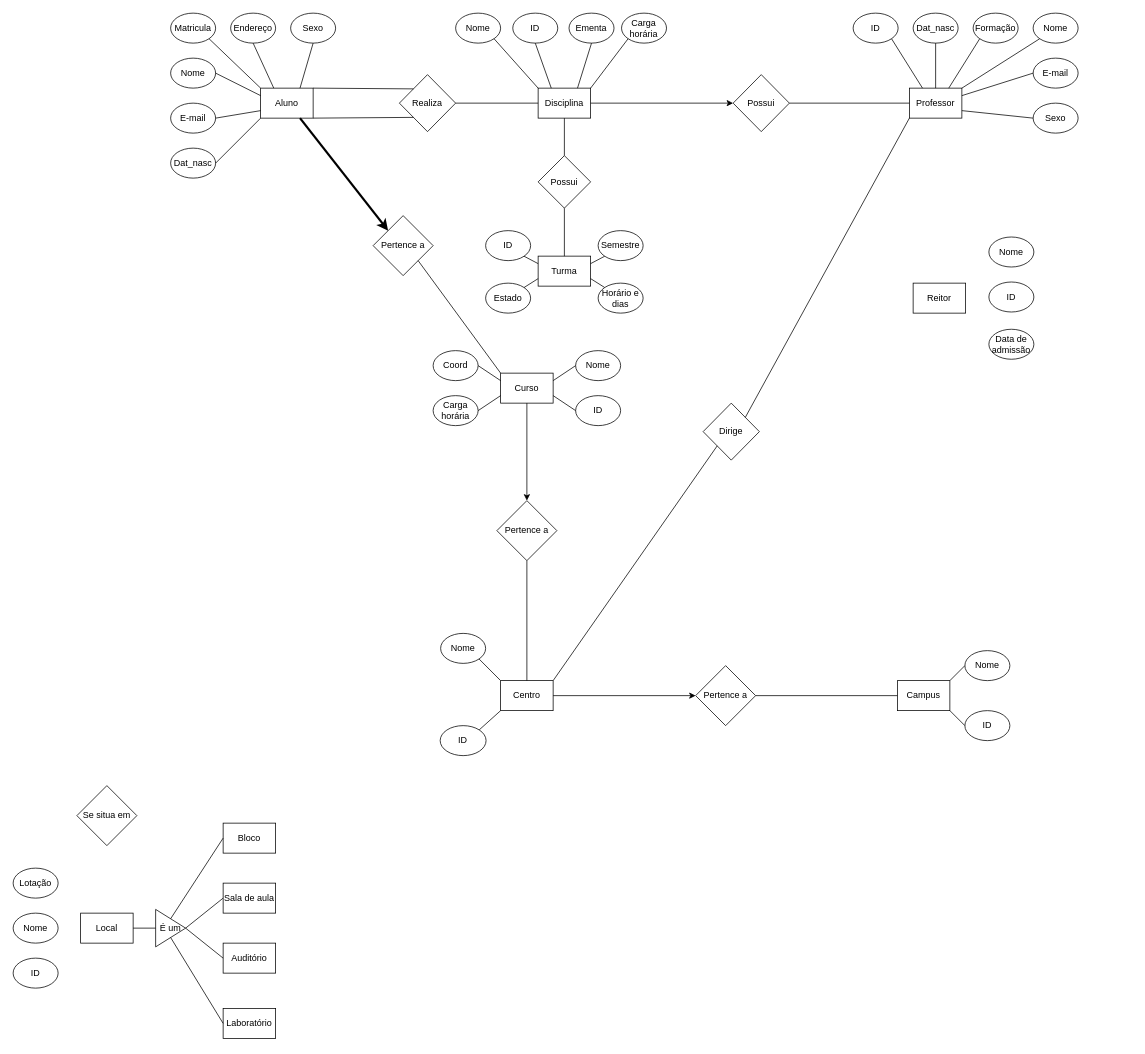
Walrusbane524/Fundamentos-de-Bancos-de-Dados keeps this draw.io diagram as trabalho_1.drawio. Above is the earlier version. Source tidied: cells renumbered, new cells numbered last; positions are measured from the earlier drawing's top-left corner, leaving out a move shared by most shapes. Both pictures are drawn from the tidied source at 75%, with x=0, y=0 at pixel (13, 13).
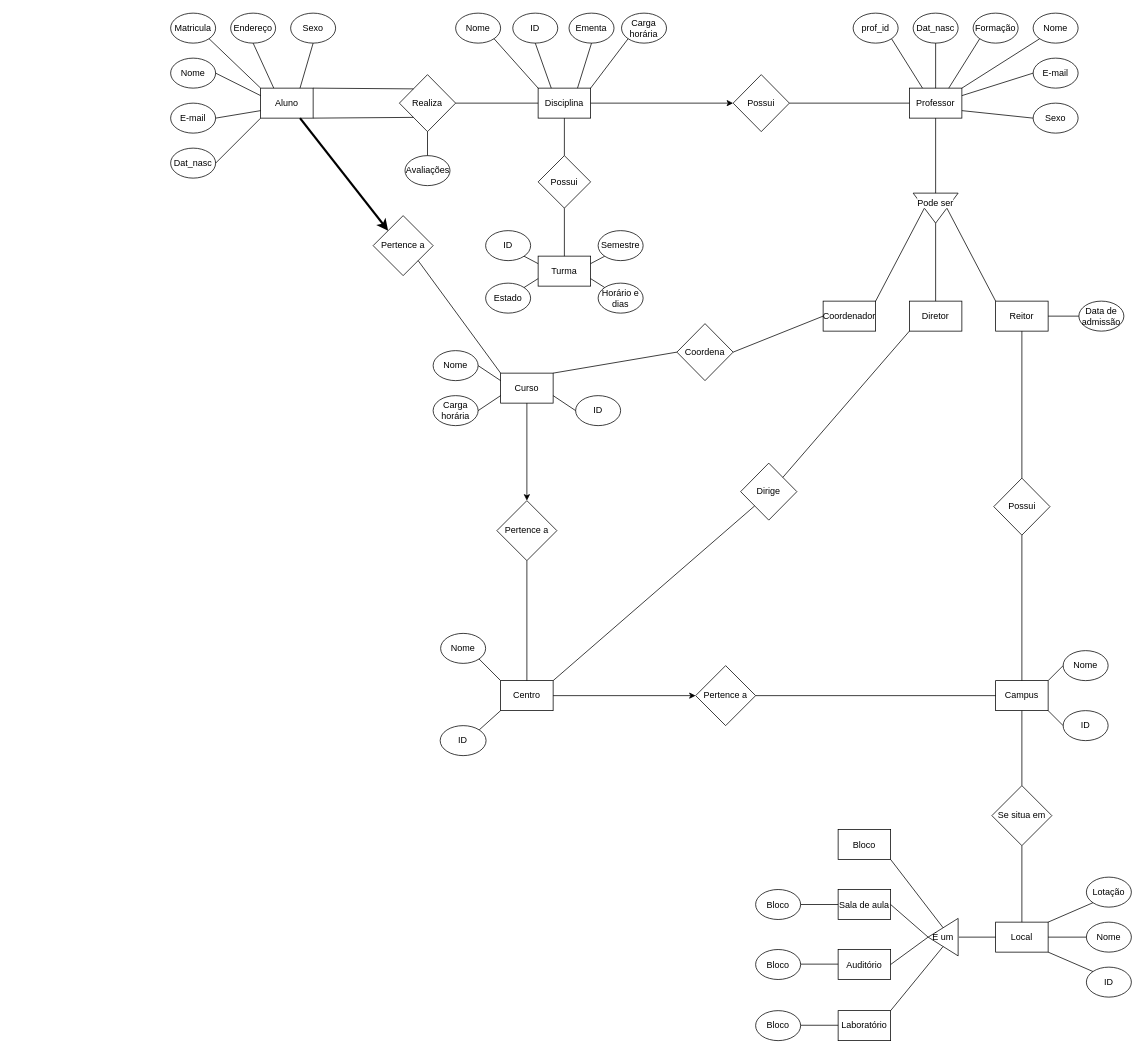
The same page after the edit.

The change refers to these unchanged cells:
```xml
<mxCell id="4" value="Professor" style="rounded=0;whiteSpace=wrap;html=1;" parent="1" vertex="1">
  <mxGeometry x="1195" y="100" width="70" height="40" as="geometry" />
</mxCell>
<mxCell id="43" value="Curso" style="rounded=0;whiteSpace=wrap;html=1;" parent="1" vertex="1">
  <mxGeometry x="650" y="480" width="70" height="40" as="geometry" />
</mxCell>
<mxCell id="50" value="Realiza" style="rhombus;whiteSpace=wrap;html=1;" parent="1" vertex="1">
  <mxGeometry x="515" y="82" width="75" height="76" as="geometry" />
</mxCell>
```

The edit, as a diff of the source:
```diff
@@
     <mxCell id="5" value="Campus" style="rounded=0;whiteSpace=wrap;html=1;" parent="1" vertex="1">
-      <mxGeometry x="1179" y="890" width="70" height="40" as="geometry" />
+      <mxGeometry x="1310" y="890" width="70" height="40" as="geometry" />
     </mxCell>
@@
     <mxCell id="7" value="Local" style="rounded=0;whiteSpace=wrap;html=1;" parent="1" vertex="1">
-      <mxGeometry x="90" y="1200" width="70" height="40" as="geometry" />
+      <mxGeometry x="1310" y="1212" width="70" height="40" as="geometry" />
     </mxCell>
@@
-    <mxCell id="20" value="ID" style="ellipse;whiteSpace=wrap;html=1;" parent="1" vertex="1">
+    <mxCell id="20" value="prof_id" style="ellipse;whiteSpace=wrap;html=1;" parent="1" vertex="1">
       <mxGeometry x="1120" width="60" height="40" as="geometry" />
     </mxCell>
@@
     <mxCell id="25" value="ID" style="ellipse;whiteSpace=wrap;html=1;" parent="1" vertex="1">
-      <mxGeometry x="1269" y="930" width="60" height="40" as="geometry" />
+      <mxGeometry x="1400" y="930" width="60" height="40" as="geometry" />
     </mxCell>
     <mxCell id="26" value="Nome" style="ellipse;whiteSpace=wrap;html=1;" parent="1" vertex="1">
-      <mxGeometry x="1269" y="850" width="60" height="40" as="geometry" />
+      <mxGeometry x="1400" y="850" width="60" height="40" as="geometry" />
     </mxCell>
@@
     <mxCell id="29" value="ID" style="ellipse;whiteSpace=wrap;html=1;" parent="1" vertex="1">
-      <mxGeometry y="1260" width="60" height="40" as="geometry" />
+      <mxGeometry x="1431" y="1272" width="60" height="40" as="geometry" />
     </mxCell>
     <mxCell id="30" value="Nome" style="ellipse;whiteSpace=wrap;html=1;" parent="1" vertex="1">
-      <mxGeometry y="1200" width="60" height="40" as="geometry" />
+      <mxGeometry x="1431" y="1212" width="60" height="40" as="geometry" />
     </mxCell>
     <mxCell id="31" value="Lotação" style="ellipse;whiteSpace=wrap;html=1;" parent="1" vertex="1">
-      <mxGeometry y="1140" width="60" height="40" as="geometry" />
+      <mxGeometry x="1431" y="1152" width="60" height="40" as="geometry" />
     </mxCell>
     <mxCell id="32" value="Laboratório" style="rounded=0;whiteSpace=wrap;html=1;" parent="1" vertex="1">
-      <mxGeometry x="280" y="1327" width="70" height="40" as="geometry" />
+      <mxGeometry x="1100" y="1330" width="70" height="40" as="geometry" />
     </mxCell>
     <mxCell id="33" value="Auditório" style="rounded=0;whiteSpace=wrap;html=1;" parent="1" vertex="1">
-      <mxGeometry x="280" y="1240" width="70" height="40" as="geometry" />
+      <mxGeometry x="1100" y="1248.5" width="70" height="40" as="geometry" />
     </mxCell>
     <mxCell id="34" value="Sala de aula" style="rounded=0;whiteSpace=wrap;html=1;" parent="1" vertex="1">
-      <mxGeometry x="280" y="1160" width="70" height="40" as="geometry" />
+      <mxGeometry x="1100" y="1168.5" width="70" height="40" as="geometry" />
     </mxCell>
     <mxCell id="35" value="Bloco" style="rounded=0;whiteSpace=wrap;html=1;" parent="1" vertex="1">
-      <mxGeometry x="280" y="1080" width="70" height="40" as="geometry" />
+      <mxGeometry x="1100" y="1088.5" width="70" height="40" as="geometry" />
     </mxCell>
-    <mxCell id="36" value="É um" style="triangle;whiteSpace=wrap;html=1;" parent="1" vertex="1">
-      <mxGeometry x="190" y="1195" width="40" height="50" as="geometry" />
+    <mxCell id="36" value="É um" style="triangle;whiteSpace=wrap;html=1;flipH=1;" parent="1" vertex="1">
+      <mxGeometry x="1220" y="1207" width="40" height="50" as="geometry" />
     </mxCell>
-    <mxCell id="37" style="endArrow=none;html=1;rounded=0;entryX=1;entryY=0.5;entryDx=0;entryDy=0;exitX=0;exitY=0.5;exitDx=0;exitDy=0;" parent="1" edge="1" source="36" target="7">
-      <mxGeometry relative="1" as="geometry" />
-    </mxCell>
-    <mxCell id="38" style="endArrow=none;html=1;rounded=0;entryX=0;entryY=0.5;entryDx=0;entryDy=0;exitX=0.5;exitY=0;exitDx=0;exitDy=0;" parent="1" edge="1" source="36" target="35">
-      <mxGeometry relative="1" as="geometry" />
-    </mxCell>
-    <mxCell id="39" style="endArrow=none;html=1;rounded=0;entryX=0;entryY=0.5;entryDx=0;entryDy=0;exitX=1;exitY=0.5;exitDx=0;exitDy=0;" parent="1" edge="1" source="36" target="34">
-      <mxGeometry relative="1" as="geometry" />
-    </mxCell>
-    <mxCell id="40" style="endArrow=none;html=1;rounded=0;entryX=0;entryY=0.5;entryDx=0;entryDy=0;" parent="1" edge="1" target="33">
-      <mxGeometry relative="1" as="geometry">
-        <mxPoint x="230" y="1220" as="sourcePoint" />
-      </mxGeometry>
-    </mxCell>
-    <mxCell id="41" style="endArrow=none;html=1;rounded=0;entryX=0;entryY=0.5;entryDx=0;entryDy=0;exitX=0.5;exitY=1;exitDx=0;exitDy=0;" parent="1" edge="1" source="36" target="32">
-      <mxGeometry relative="1" as="geometry" />
-    </mxCell>
@@
-    <mxCell id="45" value="Nome" style="ellipse;whiteSpace=wrap;html=1;" parent="1" vertex="1">
-      <mxGeometry x="750" y="450" width="60" height="40" as="geometry" />
-    </mxCell>
-    <mxCell id="46" value="Coord" style="ellipse;whiteSpace=wrap;html=1;" parent="1" vertex="1">
-      <mxGeometry x="560" y="450" width="60" height="40" as="geometry" />
-    </mxCell>
@@
-    <mxCell id="51" style="endArrow=none;html=1;rounded=0;strokeWidth=1;exitX=1;exitY=0.5;exitDx=0;exitDy=0;entryX=0;entryY=0.25;entryDx=0;entryDy=0;" parent="1" edge="1" source="46" target="43">
-      <mxGeometry relative="1" as="geometry" />
+    <mxCell id="51" style="endArrow=none;html=1;rounded=0;strokeWidth=1;exitX=1;exitY=0.5;exitDx=0;exitDy=0;entryX=0;entryY=0.25;entryDx=0;entryDy=0;" parent="1" edge="1" target="43">
+      <mxGeometry relative="1" as="geometry">
+        <mxPoint x="620" y="470" as="sourcePoint" />
+      </mxGeometry>
     </mxCell>
@@
-    <mxCell id="54" style="endArrow=none;html=1;rounded=0;strokeWidth=1;exitX=0;exitY=0.5;exitDx=0;exitDy=0;entryX=1;entryY=0.25;entryDx=0;entryDy=0;" parent="1" edge="1" source="45" target="43">
-      <mxGeometry relative="1" as="geometry" />
-    </mxCell>
     <mxCell id="55" value="Reitor" style="rounded=0;whiteSpace=wrap;html=1;" parent="1" vertex="1">
-      <mxGeometry x="1200" y="360" width="70" height="40" as="geometry" />
+      <mxGeometry x="1310" y="384" width="70" height="40" as="geometry" />
     </mxCell>
-    <mxCell id="56" value="ID" style="ellipse;whiteSpace=wrap;html=1;" parent="1" vertex="1">
-      <mxGeometry x="1301" y="358.5" width="60" height="40" as="geometry" />
+    <mxCell id="56" value="Data de admissão" style="ellipse;whiteSpace=wrap;html=1;" parent="1" vertex="1">
+      <mxGeometry x="1421" y="384" width="60" height="40" as="geometry" />
     </mxCell>
-    <mxCell id="57" value="Nome" style="ellipse;whiteSpace=wrap;html=1;" parent="1" vertex="1">
-      <mxGeometry x="1301" y="298.5" width="60" height="40" as="geometry" />
-    </mxCell>
-    <mxCell id="58" value="Data de admissão" style="ellipse;whiteSpace=wrap;html=1;" parent="1" vertex="1">
-      <mxGeometry x="1301" y="421.5" width="60" height="40" as="geometry" />
-    </mxCell>
@@
     <mxCell id="99" value="Dirige" style="rhombus;whiteSpace=wrap;html=1;" parent="1" vertex="1">
-      <mxGeometry x="920" y="520" width="75" height="76" as="geometry" />
+      <mxGeometry x="970" y="600" width="75" height="76" as="geometry" />
     </mxCell>
@@
-    <mxCell id="101" style="endArrow=none;html=1;rounded=0;strokeWidth=1;exitX=0;exitY=1;exitDx=0;exitDy=0;entryX=1;entryY=0;entryDx=0;entryDy=0;" parent="1" edge="1" source="4" target="99">
-      <mxGeometry relative="1" as="geometry" />
-    </mxCell>
     <mxCell id="102" value="Se situa em" style="rhombus;whiteSpace=wrap;html=1;" parent="1" vertex="1">
-      <mxGeometry x="85" y="1030" width="80" height="80" as="geometry" />
+      <mxGeometry x="1305" y="1030" width="80" height="80" as="geometry" />
     </mxCell>
@@
+    <mxCell id="106" value="Pode ser" style="triangle;whiteSpace=wrap;html=1;flipH=1;direction=south;verticalAlign=top;labelBackgroundColor=default;" parent="1" vertex="1">
+      <mxGeometry x="1200" y="240" width="60" height="40" as="geometry" />
+    </mxCell>
+    <mxCell id="107" value="Nome" style="ellipse;whiteSpace=wrap;html=1;" parent="1" vertex="1">
+      <mxGeometry x="560" y="450" width="60" height="40" as="geometry" />
+    </mxCell>
+    <mxCell id="108" value="Coordenador" style="rounded=0;whiteSpace=wrap;html=1;" parent="1" vertex="1">
+      <mxGeometry x="1080" y="384" width="70" height="40" as="geometry" />
+    </mxCell>
+    <mxCell id="109" value="Diretor" style="rounded=0;whiteSpace=wrap;html=1;" parent="1" vertex="1">
+      <mxGeometry x="1195" y="384" width="70" height="40" as="geometry" />
+    </mxCell>
+    <mxCell id="110" style="endArrow=none;html=1;rounded=0;strokeWidth=1;entryX=0.5;entryY=1;entryDx=0;entryDy=0;exitX=0;exitY=0.5;exitDx=0;exitDy=0;" parent="1" edge="1" source="106" target="4">
+      <mxGeometry relative="1" as="geometry" />
+    </mxCell>
+    <mxCell id="111" style="endArrow=none;html=1;rounded=0;strokeWidth=1;entryX=0.5;entryY=1;entryDx=0;entryDy=0;exitX=1;exitY=0;exitDx=0;exitDy=0;" parent="1" edge="1" source="108" target="106">
+      <mxGeometry relative="1" as="geometry" />
+    </mxCell>
+    <mxCell id="112" style="endArrow=none;html=1;rounded=0;strokeWidth=1;entryX=1;entryY=0.5;entryDx=0;entryDy=0;exitX=0.5;exitY=0;exitDx=0;exitDy=0;" parent="1" edge="1" source="109" target="106">
+      <mxGeometry relative="1" as="geometry" />
+    </mxCell>
+    <mxCell id="113" style="endArrow=none;html=1;rounded=0;strokeWidth=1;entryX=0.5;entryY=0;entryDx=0;entryDy=0;exitX=0;exitY=0;exitDx=0;exitDy=0;" parent="1" edge="1" source="55" target="106">
+      <mxGeometry relative="1" as="geometry" />
+    </mxCell>
+    <mxCell id="114" style="endArrow=none;html=1;rounded=0;strokeWidth=1;exitX=1;exitY=0;exitDx=0;exitDy=0;entryX=0;entryY=1;entryDx=0;entryDy=0;" parent="1" edge="1" source="99" target="109">
+      <mxGeometry relative="1" as="geometry" />
+    </mxCell>
+    <mxCell id="115" value="Coordena" style="rhombus;whiteSpace=wrap;html=1;" parent="1" vertex="1">
+      <mxGeometry x="885" y="414" width="75" height="76" as="geometry" />
+    </mxCell>
+    <mxCell id="116" style="endArrow=none;html=1;rounded=0;strokeWidth=1;exitX=0;exitY=0.5;exitDx=0;exitDy=0;entryX=1;entryY=0;entryDx=0;entryDy=0;" parent="1" edge="1" source="115" target="43">
+      <mxGeometry relative="1" as="geometry" />
+    </mxCell>
+    <mxCell id="117" style="endArrow=none;html=1;rounded=0;strokeWidth=1;exitX=1;exitY=0.5;exitDx=0;exitDy=0;entryX=0;entryY=0.5;entryDx=0;entryDy=0;" parent="1" edge="1" source="115" target="108">
+      <mxGeometry relative="1" as="geometry" />
+    </mxCell>
+    <mxCell id="118" style="endArrow=none;html=1;rounded=0;strokeWidth=1;exitX=0;exitY=0.5;exitDx=0;exitDy=0;entryX=1;entryY=0.5;entryDx=0;entryDy=0;" parent="1" edge="1" source="56" target="55">
+      <mxGeometry relative="1" as="geometry" />
+    </mxCell>
+    <mxCell id="119" value="Possui" style="rhombus;whiteSpace=wrap;html=1;" parent="1" vertex="1">
+      <mxGeometry x="1307.5" y="620" width="75" height="76" as="geometry" />
+    </mxCell>
+    <mxCell id="120" style="endArrow=none;html=1;rounded=0;strokeWidth=1;entryX=0.5;entryY=1;entryDx=0;entryDy=0;exitX=0.5;exitY=0;exitDx=0;exitDy=0;" parent="1" edge="1" source="5" target="119">
+      <mxGeometry relative="1" as="geometry" />
+    </mxCell>
+    <mxCell id="121" style="endArrow=none;html=1;rounded=0;strokeWidth=1;entryX=0.5;entryY=0;entryDx=0;entryDy=0;exitX=0.5;exitY=1;exitDx=0;exitDy=0;" parent="1" edge="1" source="55" target="119">
+      <mxGeometry relative="1" as="geometry" />
+    </mxCell>
+    <mxCell id="122" style="endArrow=none;html=1;rounded=0;strokeWidth=1;entryX=0.5;entryY=0;entryDx=0;entryDy=0;exitX=0.5;exitY=1;exitDx=0;exitDy=0;" parent="1" edge="1" source="5" target="102">
+      <mxGeometry relative="1" as="geometry" />
+    </mxCell>
+    <mxCell id="123" style="endArrow=none;html=1;rounded=0;strokeWidth=1;entryX=0.5;entryY=1;entryDx=0;entryDy=0;exitX=0.5;exitY=0;exitDx=0;exitDy=0;" parent="1" edge="1" source="7" target="102">
+      <mxGeometry relative="1" as="geometry" />
+    </mxCell>
+    <mxCell id="124" style="endArrow=none;html=1;rounded=0;strokeWidth=1;entryX=0;entryY=0.5;entryDx=0;entryDy=0;" parent="1" edge="1" target="7">
+      <mxGeometry relative="1" as="geometry">
+        <mxPoint x="1261" y="1232" as="sourcePoint" />
+      </mxGeometry>
+    </mxCell>
+    <mxCell id="125" style="endArrow=none;html=1;rounded=0;strokeWidth=1;entryX=0;entryY=0.5;entryDx=0;entryDy=0;exitX=1;exitY=0.5;exitDx=0;exitDy=0;" parent="1" edge="1" source="34" target="36">
+      <mxGeometry relative="1" as="geometry" />
+    </mxCell>
+    <mxCell id="126" style="endArrow=none;html=1;rounded=0;strokeWidth=1;entryX=0;entryY=0.5;entryDx=0;entryDy=0;exitX=1;exitY=0.5;exitDx=0;exitDy=0;" parent="1" edge="1" source="33" target="36">
+      <mxGeometry relative="1" as="geometry" />
+    </mxCell>
+    <mxCell id="127" style="endArrow=none;html=1;rounded=0;strokeWidth=1;entryX=0.5;entryY=1;entryDx=0;entryDy=0;exitX=1;exitY=0;exitDx=0;exitDy=0;" parent="1" edge="1" source="32" target="36">
+      <mxGeometry relative="1" as="geometry" />
+    </mxCell>
+    <mxCell id="128" style="endArrow=none;html=1;rounded=0;strokeWidth=1;entryX=0.5;entryY=0;entryDx=0;entryDy=0;exitX=1;exitY=1;exitDx=0;exitDy=0;" parent="1" edge="1" source="35" target="36">
+      <mxGeometry relative="1" as="geometry" />
+    </mxCell>
+    <mxCell id="129" style="endArrow=none;html=1;rounded=0;strokeWidth=1;entryX=1;entryY=0;entryDx=0;entryDy=0;exitX=0;exitY=1;exitDx=0;exitDy=0;" parent="1" edge="1" source="31" target="7">
+      <mxGeometry relative="1" as="geometry" />
+    </mxCell>
+    <mxCell id="130" style="endArrow=none;html=1;rounded=0;strokeWidth=1;entryX=0;entryY=0.5;entryDx=0;entryDy=0;exitX=1;exitY=0.5;exitDx=0;exitDy=0;" parent="1" edge="1" source="7" target="30">
+      <mxGeometry relative="1" as="geometry" />
+    </mxCell>
+    <mxCell id="131" style="endArrow=none;html=1;rounded=0;strokeWidth=1;entryX=0;entryY=0;entryDx=0;entryDy=0;exitX=1;exitY=1;exitDx=0;exitDy=0;" parent="1" edge="1" source="7" target="29">
+      <mxGeometry relative="1" as="geometry" />
+    </mxCell>
+    <mxCell id="132" value="Bloco" style="ellipse;whiteSpace=wrap;html=1;" parent="1" vertex="1">
+      <mxGeometry x="990" y="1168.5" width="60" height="40" as="geometry" />
+    </mxCell>
+    <mxCell id="133" value="Bloco" style="ellipse;whiteSpace=wrap;html=1;" parent="1" vertex="1">
+      <mxGeometry x="990" y="1248.5" width="60" height="40" as="geometry" />
+    </mxCell>
+    <mxCell id="134" value="Bloco" style="ellipse;whiteSpace=wrap;html=1;" parent="1" vertex="1">
+      <mxGeometry x="990" y="1330" width="60" height="40" as="geometry" />
+    </mxCell>
+    <mxCell id="135" style="endArrow=none;html=1;rounded=0;strokeWidth=1;exitX=1;exitY=0.5;exitDx=0;exitDy=0;entryX=0;entryY=0.5;entryDx=0;entryDy=0;" parent="1" edge="1" source="132" target="34">
+      <mxGeometry relative="1" as="geometry" />
+    </mxCell>
+    <mxCell id="136" style="endArrow=none;html=1;rounded=0;strokeWidth=1;exitX=1;exitY=0.5;exitDx=0;exitDy=0;entryX=0;entryY=0.5;entryDx=0;entryDy=0;" parent="1" edge="1">
+      <mxGeometry relative="1" as="geometry">
+        <mxPoint x="1050" y="1268" as="sourcePoint" />
+        <mxPoint x="1100" y="1268" as="targetPoint" />
+      </mxGeometry>
+    </mxCell>
+    <mxCell id="137" style="endArrow=none;html=1;rounded=0;strokeWidth=1;exitX=1;exitY=0.5;exitDx=0;exitDy=0;entryX=0;entryY=0.5;entryDx=0;entryDy=0;" parent="1" edge="1">
+      <mxGeometry relative="1" as="geometry">
+        <mxPoint x="1050" y="1349.5" as="sourcePoint" />
+        <mxPoint x="1100" y="1349.5" as="targetPoint" />
+      </mxGeometry>
+    </mxCell>
+    <mxCell id="138" value="Avaliações" style="ellipse;whiteSpace=wrap;html=1;" parent="1" vertex="1">
+      <mxGeometry x="522.5" y="190" width="60" height="40" as="geometry" />
+    </mxCell>
+    <mxCell id="139" style="endArrow=none;html=1;rounded=0;strokeWidth=1;exitX=0.5;exitY=0;exitDx=0;exitDy=0;entryX=0.5;entryY=1;entryDx=0;entryDy=0;" parent="1" edge="1" source="138" target="50">
+      <mxGeometry relative="1" as="geometry" />
+    </mxCell>
```
